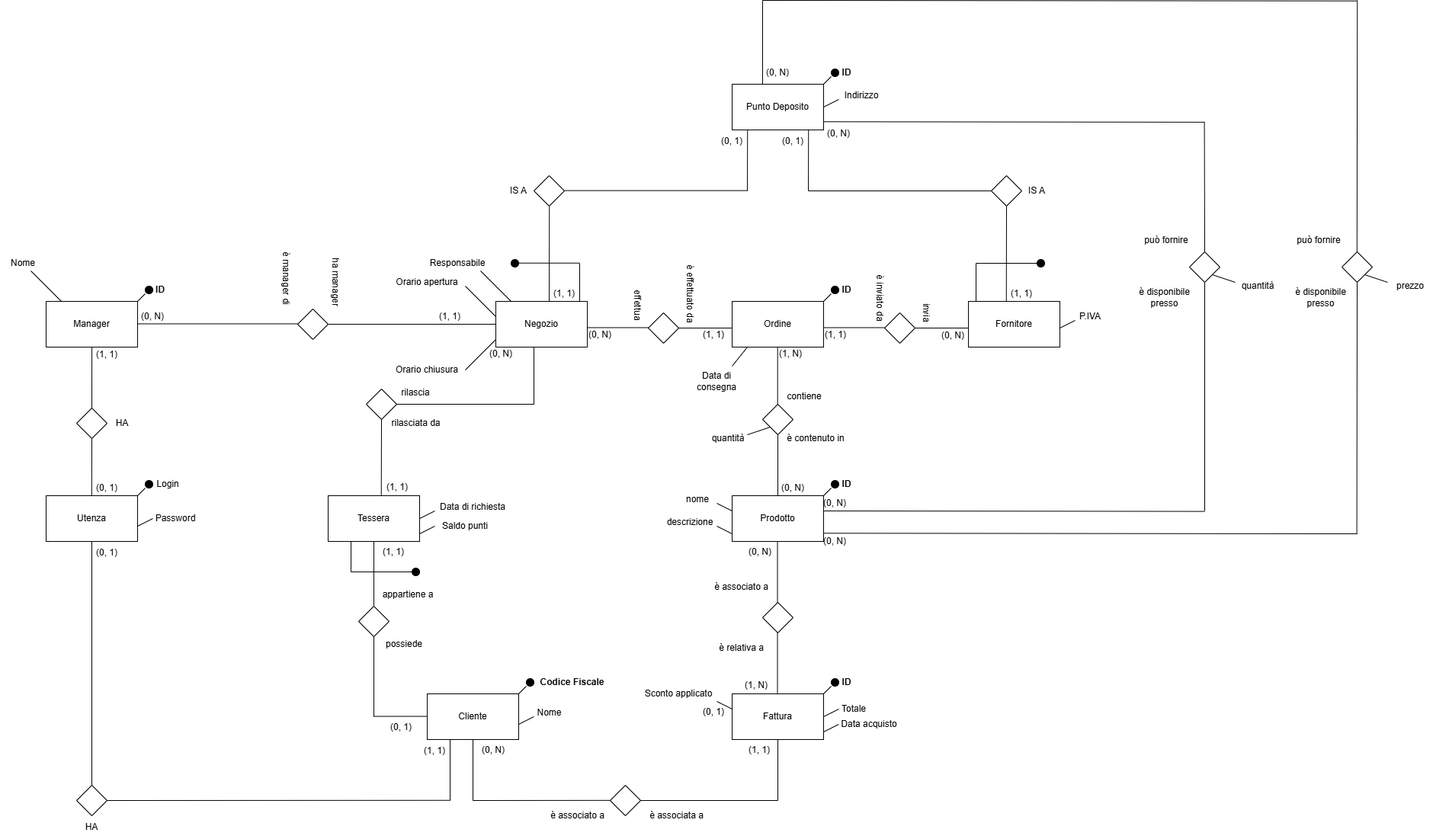
Before: docs/diagrams/schema ER (v2).png, a diagram exported from draw.io (Casne99/DB-Project). Source tidied: cells renumbered, new cells last; positions are measured from the earlier drawing's top-left corner, leaving out a move shared by most shapes.
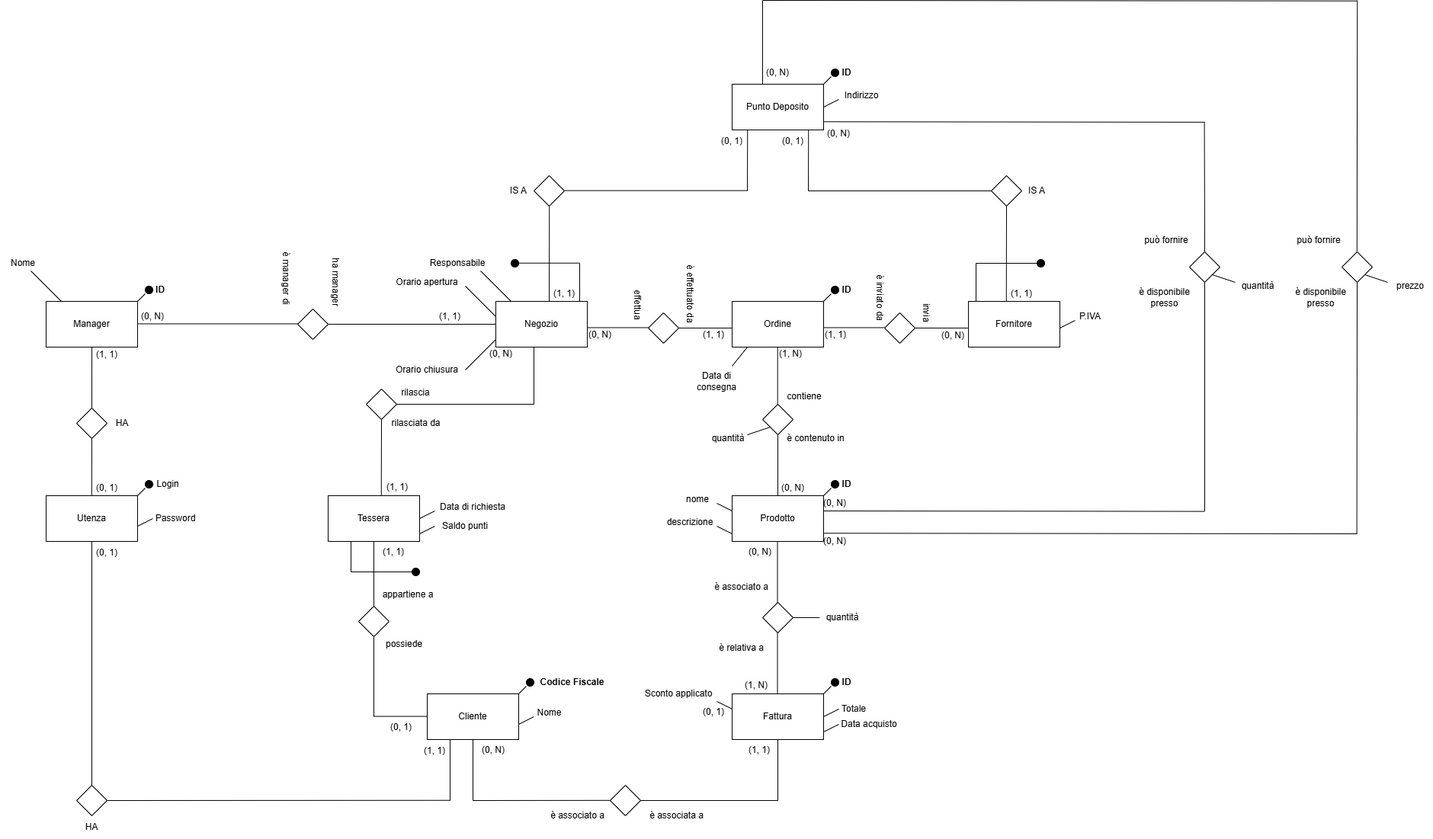
Later version of the same file.

Commit message:
Aggiunto attributo quantità a relazione Fattura - Prodotto

The edit, as a diff of the source:
```diff
@@ -768,5 +768,14 @@
     <mxCell id="188" value="Nome" style="text;html=1;align=center;verticalAlign=middle;whiteSpace=wrap;rounded=0;" parent="1" vertex="1">
       <mxGeometry y="330" width="60" height="30" as="geometry" />
     </mxCell>
+    <mxCell id="189" style="endArrow=none;html=1;rounded=0;" parent="1" edge="1">
+      <mxGeometry relative="1" as="geometry">
+        <mxPoint x="1040" y="810" as="sourcePoint" />
+        <mxPoint x="1075" y="810" as="targetPoint" />
+      </mxGeometry>
+    </mxCell>
+    <mxCell id="190" value="quantità" style="text;html=1;align=center;verticalAlign=middle;whiteSpace=wrap;rounded=0;" parent="1" vertex="1">
+      <mxGeometry x="1080" y="800" width="50" height="20" as="geometry" />
+    </mxCell>
   </root>
 </mxGraphModel>
```
